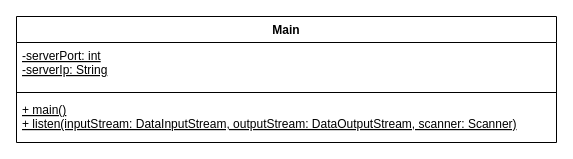
This is KlassendiagrammClient.drawio from FabioKron/Online-Immobilienportal, a draw.io file, before an edit. Source tidied: cells renumbered, new cells numbered last; positions are measured from the earlier drawing's top-left corner, leaving out a move shared by most shapes. Both pictures are drawn from the tidied source at 100%, with x=0, y=0 at pixel (16, 16).
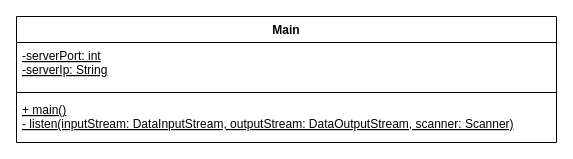
The same diagram, later.

Change to the diagram source:
```diff
@@
 <mxGraphModel>
   <root>
     <mxCell id="0" />
     <mxCell id="1" parent="0" />
     <mxCell id="2" value="Main" style="swimlane;fontStyle=1;align=center;verticalAlign=top;horizontal=1;startSize=26;" parent="1" vertex="1">
       <mxGeometry width="540" height="126" as="geometry" />
     </mxCell>
     <mxCell id="3" value="-serverPort: int&#10;-serverIp: String" style="text;strokeColor=none;fillColor=none;align=left;verticalAlign=top;spacingLeft=4;spacingRight=4;overflow=hidden;fontStyle=4;" parent="2" vertex="1">
       <mxGeometry y="26" width="540" height="46" as="geometry" />
     </mxCell>
     <mxCell id="4" style="line;strokeWidth=1;fillColor=none;align=left;verticalAlign=middle;spacingTop=-1;spacingLeft=3;spacingRight=3;labelPosition=right;" parent="2" vertex="1">
       <mxGeometry y="72" width="540" height="8" as="geometry" />
     </mxCell>
-    <mxCell id="5" value="+ main()&#10;+ listen(inputStream: DataInputStream, outputStream: DataOutputStream, scanner: Scanner)&#10;" style="text;strokeColor=none;fillColor=none;align=left;verticalAlign=top;spacingLeft=4;spacingRight=4;overflow=hidden;fontStyle=4;" parent="2" vertex="1">
+    <mxCell id="5" value="+ main()&#10;- listen(inputStream: DataInputStream, outputStream: DataOutputStream, scanner: Scanner)&#10;" style="text;strokeColor=none;fillColor=none;align=left;verticalAlign=top;spacingLeft=4;spacingRight=4;overflow=hidden;fontStyle=4;" parent="2" vertex="1">
       <mxGeometry y="80" width="540" height="46" as="geometry" />
     </mxCell>
   </root>
 </mxGraphModel>
```
